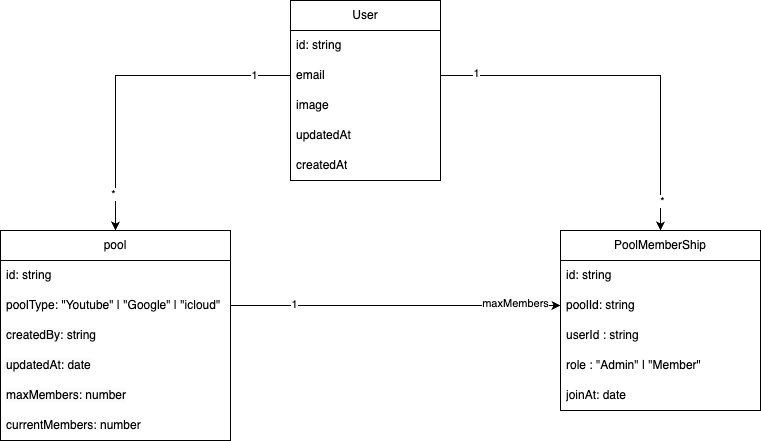
TTLStore/ttl-ecommerce keeps this draw.io diagram as TTL-store.drawio.png. Above is the earlier version. Source tidied: cells renumbered, new cells last; positions are measured from the earlier drawing's top-left corner, leaving out a move shared by most shapes.
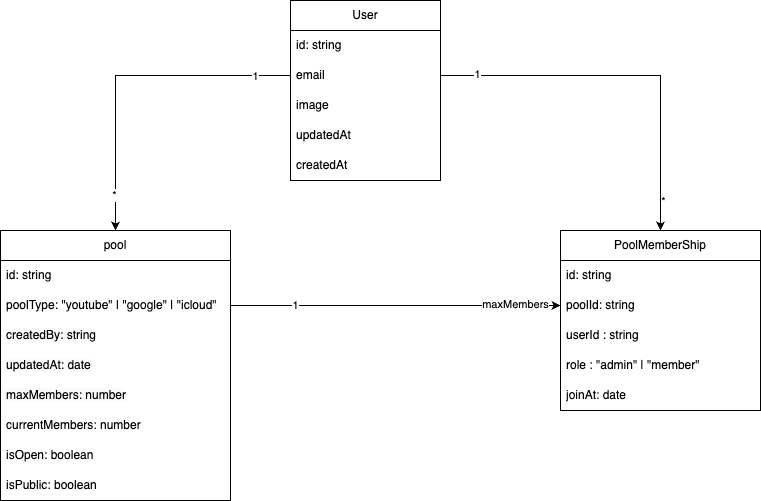
The same file after the commit.

What changed in the source:
```diff
@@ -3,12 +3,12 @@
     <mxCell id="0" />
     <mxCell id="1" parent="0" />
     <mxCell id="2" value="pool" style="swimlane;fontStyle=0;horizontal=1;startSize=30;whiteSpace=wrap;html=1;" parent="1" vertex="1">
-      <mxGeometry y="230" width="230" height="210" as="geometry" />
+      <mxGeometry y="230" width="230" height="270" as="geometry" />
     </mxCell>
     <mxCell id="3" value="id: string" style="text;strokeColor=none;fillColor=none;align=left;verticalAlign=middle;spacingLeft=4;spacingRight=4;overflow=hidden;whiteSpace=wrap;html=1;" parent="2" vertex="1">
       <mxGeometry y="30" width="230" height="30" as="geometry" />
     </mxCell>
-    <mxCell id="4" value="poolType: &quot;Youtube&quot; | &quot;Google&quot; | &quot;icloud&quot;" style="text;strokeColor=none;fillColor=none;align=left;verticalAlign=middle;spacingLeft=4;spacingRight=4;overflow=hidden;points=[[0,0.5],[1,0.5]];portConstraint=eastwest;whiteSpace=wrap;html=1;" parent="2" vertex="1">
+    <mxCell id="4" value="poolType: &quot;youtube&quot; | &quot;google&quot; | &quot;icloud&quot;" style="text;strokeColor=none;fillColor=none;align=left;verticalAlign=middle;spacingLeft=4;spacingRight=4;overflow=hidden;points=[[0,0.5],[1,0.5]];portConstraint=eastwest;whiteSpace=wrap;html=1;" parent="2" vertex="1">
       <mxGeometry y="60" width="230" height="30" as="geometry" />
     </mxCell>
     <mxCell id="5" value="&lt;meta charset=&quot;utf-8&quot;&gt;&lt;span style=&quot;color: rgb(0, 0, 0); font-family: Helvetica; font-size: 12px; font-style: normal; font-variant-ligatures: normal; font-variant-caps: normal; font-weight: 400; letter-spacing: normal; orphans: 2; text-align: left; text-indent: 0px; text-transform: none; widows: 2; word-spacing: 0px; -webkit-text-stroke-width: 0px; white-space: normal; background-color: rgb(251, 251, 251); text-decoration-thickness: initial; text-decoration-style: initial; text-decoration-color: initial; display: inline !important; float: none;&quot;&gt;createdBy: string&lt;/span&gt;" style="text;strokeColor=none;fillColor=none;align=left;verticalAlign=middle;spacingLeft=4;spacingRight=4;overflow=hidden;whiteSpace=wrap;html=1;" parent="2" vertex="1">
@@ -20,9 +20,15 @@
     <mxCell id="7" value="&lt;span style=&quot;color: rgb(0, 0, 0); font-family: Helvetica; font-size: 12px; font-style: normal; font-variant-ligatures: normal; font-variant-caps: normal; font-weight: 400; letter-spacing: normal; orphans: 2; text-align: left; text-indent: 0px; text-transform: none; widows: 2; word-spacing: 0px; -webkit-text-stroke-width: 0px; white-space: normal; background-color: rgb(251, 251, 251); text-decoration-thickness: initial; text-decoration-style: initial; text-decoration-color: initial; display: inline !important; float: none;&quot;&gt;maxMembers: number&lt;/span&gt;" style="text;strokeColor=none;fillColor=none;align=left;verticalAlign=middle;spacingLeft=4;spacingRight=4;overflow=hidden;whiteSpace=wrap;html=1;" parent="2" vertex="1">
       <mxGeometry y="150" width="230" height="30" as="geometry" />
     </mxCell>
+    <mxCell id="30" value="currentMembers: number" style="text;strokeColor=none;fillColor=none;align=left;verticalAlign=middle;spacingLeft=4;spacingRight=4;overflow=hidden;whiteSpace=wrap;html=1;" parent="2" vertex="1">
+      <mxGeometry y="180" width="230" height="30" as="geometry" />
+    </mxCell>
-    <mxCell id="8" value="currentMembers: number" style="text;strokeColor=none;fillColor=none;align=left;verticalAlign=middle;spacingLeft=4;spacingRight=4;overflow=hidden;whiteSpace=wrap;html=1;" parent="2" vertex="1">
-      <mxGeometry y="180" width="230" height="30" as="geometry" />
+    <mxCell id="8" value="isOpen: boolean" style="text;strokeColor=none;fillColor=none;align=left;verticalAlign=middle;spacingLeft=4;spacingRight=4;overflow=hidden;whiteSpace=wrap;html=1;" parent="2" vertex="1">
+      <mxGeometry y="210" width="230" height="30" as="geometry" />
     </mxCell>
+    <mxCell id="31" value="isPublic: boolean" style="text;strokeColor=none;fillColor=none;align=left;verticalAlign=middle;spacingLeft=4;spacingRight=4;overflow=hidden;whiteSpace=wrap;html=1;" parent="2" vertex="1">
+      <mxGeometry y="240" width="230" height="30" as="geometry" />
+    </mxCell>
     <mxCell id="9" value="PoolMemberShip" style="swimlane;fontStyle=0;horizontal=1;startSize=30;whiteSpace=wrap;html=1;" parent="1" vertex="1">
       <mxGeometry x="560" y="230" width="200" height="180" as="geometry" />
     </mxCell>
@@ -35,7 +41,7 @@
     <mxCell id="12" value="userId : string" style="text;strokeColor=none;fillColor=none;align=left;verticalAlign=middle;spacingLeft=4;spacingRight=4;overflow=hidden;whiteSpace=wrap;html=1;" parent="9" vertex="1">
       <mxGeometry y="90" width="200" height="30" as="geometry" />
     </mxCell>
-    <mxCell id="13" value="role : &quot;Admin&quot; | &quot;Member&quot;" style="text;strokeColor=none;fillColor=none;align=left;verticalAlign=middle;spacingLeft=4;spacingRight=4;overflow=hidden;whiteSpace=wrap;html=1;" parent="9" vertex="1">
+    <mxCell id="13" value="role : &quot;admin&quot; | &quot;member&quot;" style="text;strokeColor=none;fillColor=none;align=left;verticalAlign=middle;spacingLeft=4;spacingRight=4;overflow=hidden;whiteSpace=wrap;html=1;" parent="9" vertex="1">
       <mxGeometry y="120" width="200" height="30" as="geometry" />
     </mxCell>
     <mxCell id="14" value="joinAt: date&lt;span style=&quot;color: rgba(0, 0, 0, 0); font-family: monospace; font-size: 0px; text-wrap: nowrap;&quot;&gt;%3CmxGraphModel%3E%3Croot%3E%3CmxCell%20id%3D%220%22%2F%3E%3CmxCell%20id%3D%221%22%20parent%3D%220%22%2F%3E%3CmxCell%20id%3D%222%22%20value%3D%22userId%22%20style%3D%22text%3BstrokeColor%3Dnone%3BfillColor%3Dnone%3Balign%3Dleft%3BverticalAlign%3Dmiddle%3BspacingLeft%3D4%3BspacingRight%3D4%3Boverflow%3Dhidden%3Bpoints%3D%5B%5B0%2C0.5%5D%2C%5B1%2C0.5%5D%5D%3BportConstraint%3Deastwest%3Brotatable%3D0%3BwhiteSpace%3Dwrap%3Bhtml%3D1%3B%22%20vertex%3D%221%22%20parent%3D%221%22%3E%3CmxGeometry%20x%3D%22340%22%20y%3D%22350%22%20width%3D%22140%22%20height%3D%2230%22%20as%3D%22geometry%22%2F%3E%3C%2FmxCell%3E%3C%2Froot%3E%3C%2FmxGraphModel%3E&lt;/span&gt;" style="text;strokeColor=none;fillColor=none;align=left;verticalAlign=middle;spacingLeft=4;spacingRight=4;overflow=hidden;whiteSpace=wrap;html=1;" parent="9" vertex="1">
```
